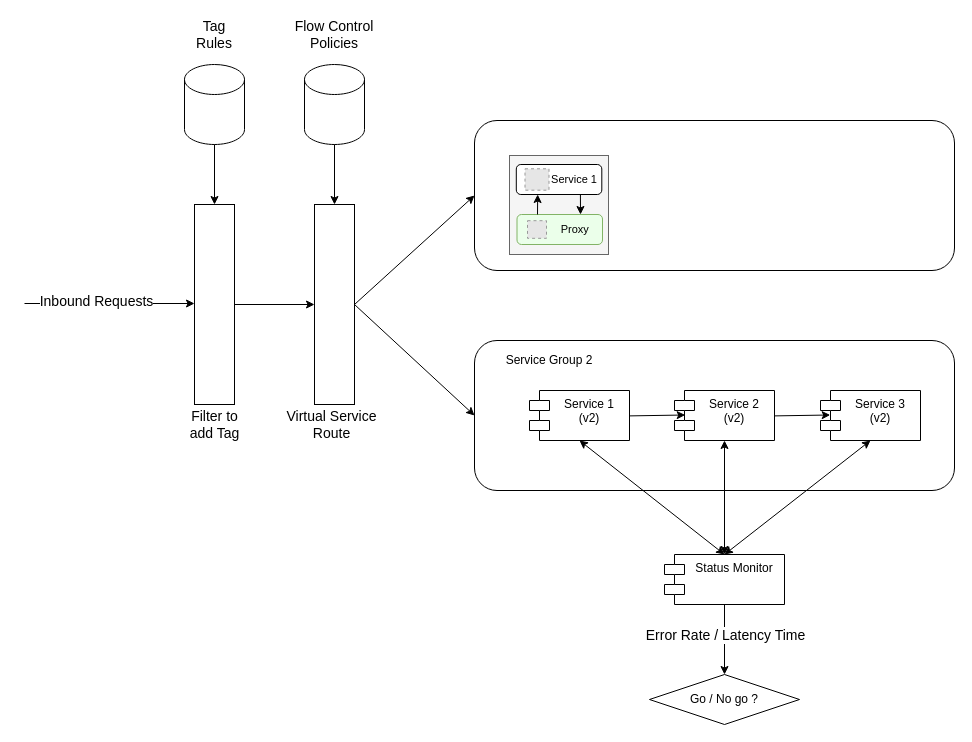
Above: canary_release_temp1.drawio in johnzheng1975/mydiagram (draw.io), before the change. Source tidied: cells renumbered, new cells numbered last; positions are measured from the earlier drawing's top-left corner, leaving out a move shared by most shapes. Both pictures are drawn from the tidied source at 100%, with x=0, y=0 at pixel (24, 24). Pictures stored in the file or linked from it are replaced by grey dashed boxes.
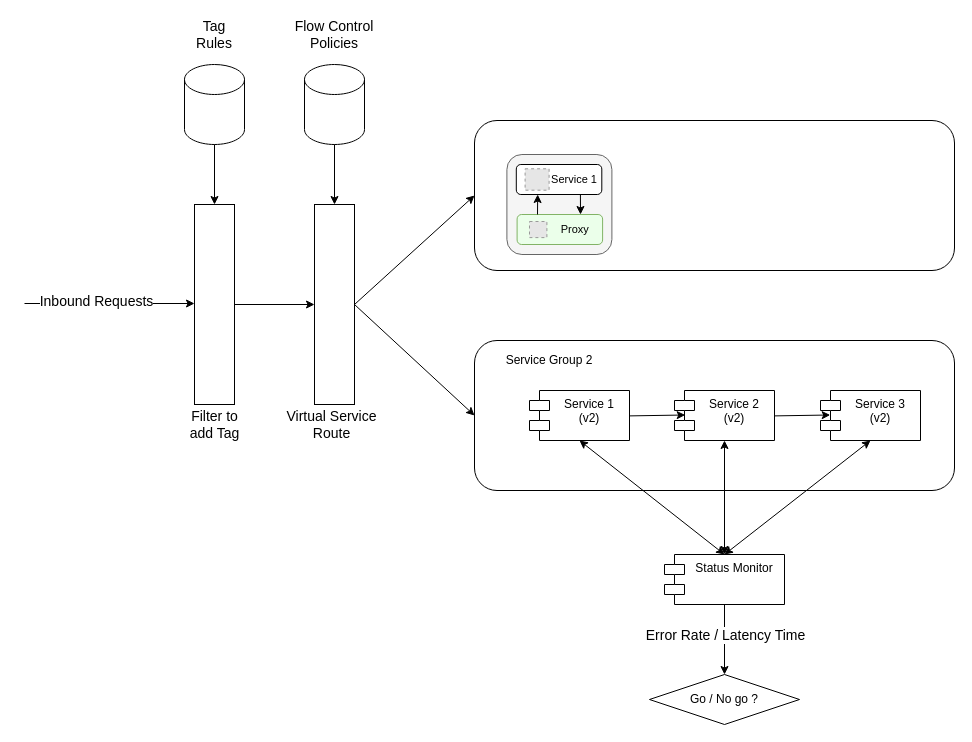
The same page after the edit.

What changed in the source:
```diff
@@
-    <mxCell id="32" style="whiteSpace=wrap;html=1;fillColor=#f5f5f5;strokeColor=#666666;fontColor=#333333;" parent="1" vertex="1">
-      <mxGeometry x="485" y="131" width="99" height="99" as="geometry" />
-    </mxCell>
+    <mxCell id="35" style="fillColor=#E6E6E6;strokeColor=#999999;dashed=1;verticalLabelPosition=bottom;labelBackgroundColor=#ffffff;verticalAlign=top;" parent="1" vertex="1">
+      <mxGeometry x="500.5" y="144.3" width="24" height="21.4" as="geometry" />
+    </mxCell>
+    <mxCell id="37" style="fillColor=#E6E6E6;strokeColor=#999999;dashed=1;verticalLabelPosition=bottom;labelBackgroundColor=#ffffff;verticalAlign=top;" parent="1" vertex="1">
+      <mxGeometry x="503" y="196.2" width="19" height="17.6" as="geometry" />
+    </mxCell>
+    <mxCell id="39" style="fillColor=#E6E6E6;strokeColor=#999999;dashed=1;verticalLabelPosition=bottom;labelBackgroundColor=#ffffff;verticalAlign=top;" parent="1" vertex="1">
+      <mxGeometry x="500.5" y="144.3" width="24" height="21.4" as="geometry" />
+    </mxCell>
+    <mxCell id="40" style="group;" parent="1" vertex="1">
+      <mxGeometry x="482.4" y="130" width="105" height="100" as="geometry" />
+    </mxCell>
+    <mxCell id="41" style="rounded=1;whiteSpace=wrap;html=1;fillColor=#f5f5f5;strokeColor=#666666;fontColor=#333333;" parent="40" vertex="1">
+      <mxGeometry width="105" height="100" as="geometry" />
+    </mxCell>
+    <mxCell id="42" style="group;" parent="40" vertex="1">
+      <mxGeometry x="9.4" y="10" width="86.2" height="80" as="geometry" />
+    </mxCell>
+    <mxCell id="43" style="fillColor=#E6E6E6;strokeColor=#999999;dashed=1;verticalLabelPosition=bottom;labelBackgroundColor=#ffffff;verticalAlign=top;" parent="42" vertex="1">
+      <mxGeometry x="11.2" y="56.2" width="19" height="17.6" as="geometry" />
+    </mxCell>
+    <mxCell id="44" style="group;" parent="42" vertex="1">
+      <mxGeometry width="86.2" height="80" as="geometry" />
+    </mxCell>
+    <mxCell id="45" style="group;" parent="44" vertex="1">
+      <mxGeometry width="86.2" height="80" as="geometry" />
+    </mxCell>
-    <mxCell id="33" value="&lt;font style=&quot;font-size: 11px&quot;&gt;Service 1&amp;nbsp;&lt;/font&gt;" style="rounded=1;whiteSpace=wrap;html=1;align=right;" parent="1" vertex="1">
-      <mxGeometry x="491.8" y="140" width="85.5" height="30" as="geometry" />
+    <mxCell id="33" value="&lt;font style=&quot;font-size: 11px&quot;&gt;Service 1&amp;nbsp;&lt;/font&gt;" style="rounded=1;whiteSpace=wrap;html=1;align=right;" parent="45" vertex="1">
+      <mxGeometry width="85.5" height="30" as="geometry" />
     </mxCell>
-    <mxCell id="34" value="&lt;span style=&quot;font-size: 11px&quot;&gt;Proxy&amp;nbsp; &amp;nbsp;&amp;nbsp;&lt;/span&gt;" style="rounded=1;whiteSpace=wrap;html=1;strokeColor=#82b366;fillColor=#EBFFEA;align=right;" parent="1" vertex="1">
-      <mxGeometry x="492.5" y="190" width="85.5" height="30" as="geometry" />
+    <mxCell id="34" value="&lt;span style=&quot;font-size: 11px&quot;&gt;Proxy&amp;nbsp; &amp;nbsp;&amp;nbsp;&lt;/span&gt;" style="rounded=1;whiteSpace=wrap;html=1;strokeColor=#82b366;fillColor=#EBFFEA;align=right;" parent="45" vertex="1">
+      <mxGeometry x="0.8" y="50" width="85.5" height="30" as="geometry" />
     </mxCell>
-    <mxCell id="35" style="fillColor=#E6E6E6;strokeColor=#999999;dashed=1;verticalLabelPosition=bottom;labelBackgroundColor=#ffffff;verticalAlign=top;" parent="1" vertex="1">
-      <mxGeometry x="500.5" y="144.3" width="24" height="21.4" as="geometry" />
-    </mxCell>
-    <mxCell id="36" style="edgeStyle=none;rounded=0;jettySize=auto;html=1;entryX=0.25;entryY=1;entryDx=0;entryDy=0;" parent="1" edge="1" target="33">
+    <mxCell id="36" style="edgeStyle=none;rounded=0;jettySize=auto;html=1;entryX=0.25;entryY=1;entryDx=0;entryDy=0;" parent="45" edge="1" target="33">
       <mxGeometry relative="1" as="geometry">
-        <mxPoint x="513" y="190" as="sourcePoint" />
+        <mxPoint x="21.2" y="50" as="sourcePoint" />
       </mxGeometry>
     </mxCell>
-    <mxCell id="37" style="fillColor=#E6E6E6;strokeColor=#999999;dashed=1;verticalLabelPosition=bottom;labelBackgroundColor=#ffffff;verticalAlign=top;" parent="1" vertex="1">
-      <mxGeometry x="503" y="196.2" width="19" height="17.6" as="geometry" />
-    </mxCell>
-    <mxCell id="38" style="edgeStyle=none;rounded=0;jettySize=auto;html=1;exitX=0.75;exitY=1;exitDx=0;exitDy=0;" parent="1" edge="1" source="33">
+    <mxCell id="38" style="edgeStyle=none;rounded=0;jettySize=auto;html=1;exitX=0.75;exitY=1;exitDx=0;exitDy=0;" parent="45" edge="1" source="33">
       <mxGeometry relative="1" as="geometry">
-        <mxPoint x="556" y="190" as="targetPoint" />
+        <mxPoint x="64.2" y="50" as="targetPoint" />
       </mxGeometry>
     </mxCell>
+    <mxCell id="46" style="fillColor=#E6E6E6;strokeColor=#999999;dashed=1;verticalLabelPosition=bottom;labelBackgroundColor=#ffffff;verticalAlign=top;" parent="45" vertex="1">
+      <mxGeometry x="13.2" y="57" width="17.4" height="16.1" as="geometry" />
+    </mxCell>
+    <mxCell id="47" style="fillColor=#E6E6E6;strokeColor=#999999;dashed=1;verticalLabelPosition=bottom;labelBackgroundColor=#ffffff;verticalAlign=top;" parent="44" vertex="1">
+      <mxGeometry x="8.8" y="4.3" width="24" height="21.4" as="geometry" />
+    </mxCell>
```
